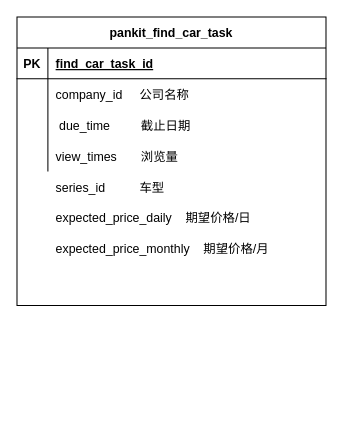
Before: 智享调车表设计.drawio in yangrenqing/yangrenqing, a draw.io diagram. Source tidied: cells renumbered, new cells numbered last; positions are measured from the earlier drawing's top-left corner, leaving out a move shared by most shapes. Both pictures are drawn from the tidied source at 103%, with x=0, y=0 at pixel (16, 16).
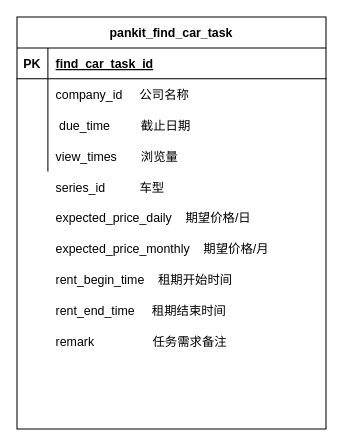
The same diagram, later.

Commit message (it also covers changes not shown here):
Update 智享调车表设计.drawio

Change to the diagram source:
```diff
@@
     <mxCell id="2" value="pankit_find_car_task" style="shape=table;startSize=30;childLayout=tableLayout;rowLines=0;fontStyle=1;align=center;" parent="1" vertex="1">
-      <mxGeometry width="300" height="280" as="geometry" />
+      <mxGeometry width="300" height="400" as="geometry" />
     </mxCell>
@@
+    <mxCell id="18" value="rent_begin_time    租期开始时间" style="shape=partialRectangle;fillColor=none;top=0;left=0;bottom=0;right=0;align=left;spacingLeft=6;overflow=hidden;" parent="1" vertex="1">
+      <mxGeometry x="30" y="240" width="220" height="30" as="geometry" />
+    </mxCell>
+    <mxCell id="19" value="rent_end_time     租期结束时间" style="shape=partialRectangle;fillColor=none;top=0;left=0;bottom=0;right=0;align=left;spacingLeft=6;overflow=hidden;" parent="1" vertex="1">
+      <mxGeometry x="30" y="270" width="220" height="30" as="geometry" />
+    </mxCell>
+    <mxCell id="20" value="remark                 任务需求备注    " style="shape=partialRectangle;fillColor=none;top=0;left=0;bottom=0;right=0;align=left;spacingLeft=6;overflow=hidden;" parent="1" vertex="1">
+      <mxGeometry x="30" y="300" width="220" height="30" as="geometry" />
+    </mxCell>
```
